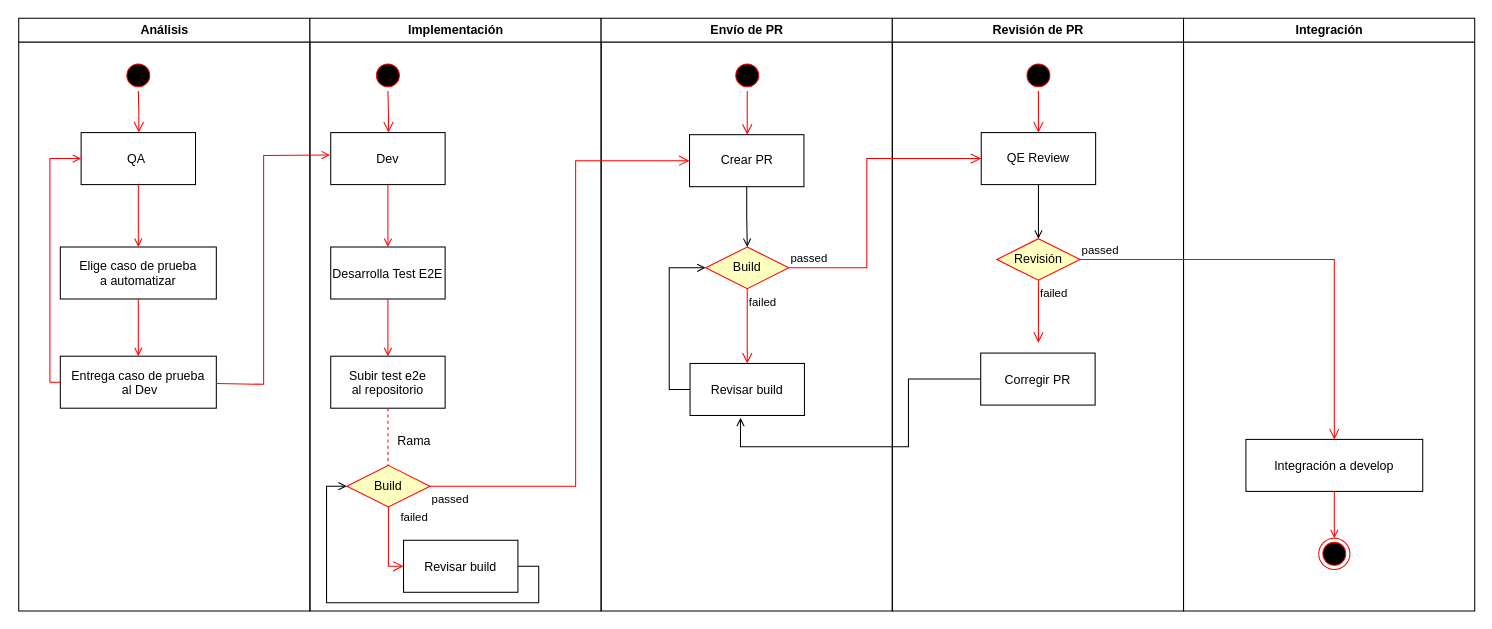
Earlier version of the draw.io diagram Diagrama sin título.drawio (omar-sanchez/curso-git). Source tidied: cells renumbered, new cells numbered last; positions are measured from the earlier drawing's top-left corner, leaving out a move shared by most shapes. Both pictures are drawn from the tidied source at 104%, with x=0, y=0 at pixel (18, 18).
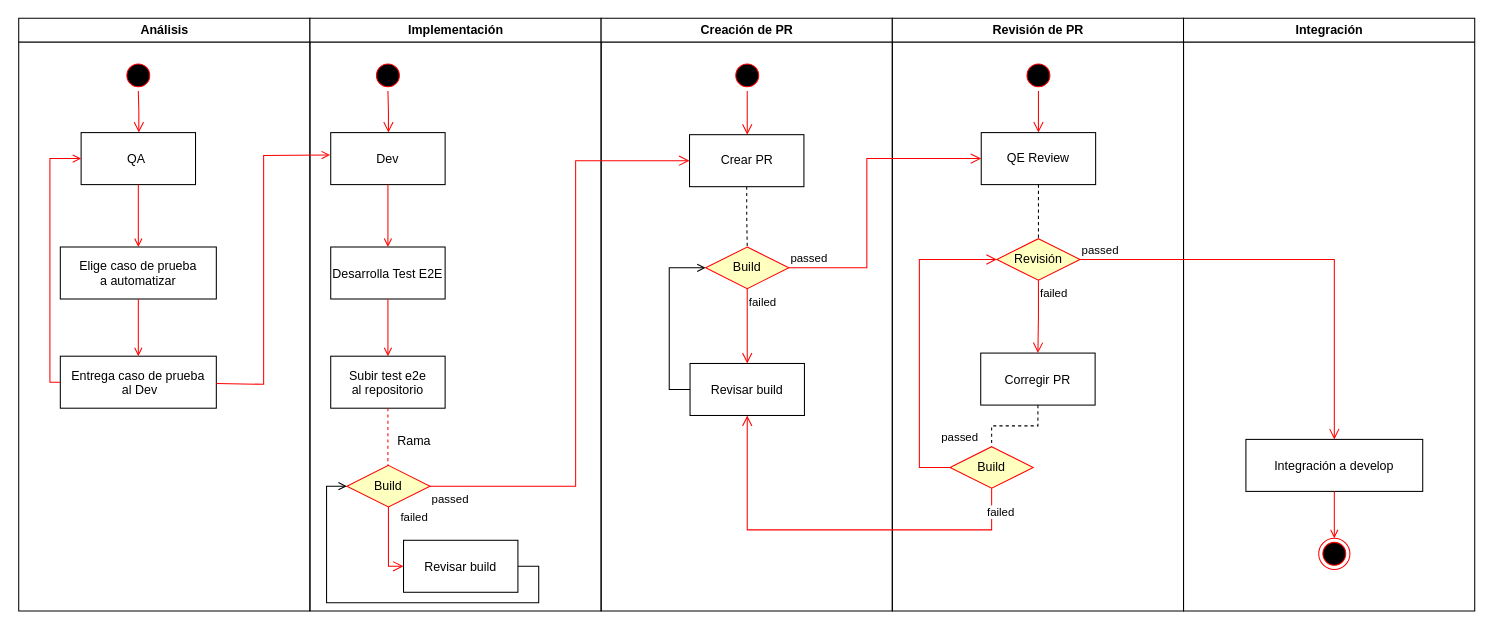
Above is the later version.

Unchanged cells that the change refers to:
```xml
<mxCell id="27" value="Revisar build" parent="25" vertex="1">
  <mxGeometry x="85.5" y="332" width="110" height="50" as="geometry" />
</mxCell>
<mxCell id="29" value="Crear PR" style="html=1;whiteSpace=wrap;" parent="25" vertex="1">
  <mxGeometry x="85" y="112" width="110" height="50" as="geometry" />
</mxCell>
<mxCell id="32" value="Build" style="rhombus;whiteSpace=wrap;html=1;fontColor=#000000;fillColor=#ffffc0;strokeColor=#ff0000;" parent="25" vertex="1">
  <mxGeometry x="100.5" y="220" width="80" height="40" as="geometry" />
</mxCell>
<mxCell id="35" value="Revisión de PR" style="swimlane;whiteSpace=wrap;" parent="1" vertex="1">
  <mxGeometry x="840.5" width="280" height="570" as="geometry" />
</mxCell>
<mxCell id="36" value="Corregir PR" parent="35" vertex="1">
  <mxGeometry x="85" y="322" width="110" height="50" as="geometry" />
</mxCell>
<mxCell id="40" value="QE Review" style="html=1;whiteSpace=wrap;" parent="35" vertex="1">
  <mxGeometry x="85.5" y="110" width="110" height="50" as="geometry" />
</mxCell>
<mxCell id="41" value="Revisión" style="rhombus;whiteSpace=wrap;html=1;fontColor=#000000;fillColor=#ffffc0;strokeColor=#ff0000;" parent="35" vertex="1">
  <mxGeometry x="100.5" y="212" width="80" height="40" as="geometry" />
</mxCell>
```

The edit, as a diff of the source:
```diff
@@
-    <mxCell id="25" value="Envío de PR" style="swimlane;whiteSpace=wrap;" parent="1" vertex="1">
+    <mxCell id="25" value="Creación de PR" style="swimlane;whiteSpace=wrap;" parent="1" vertex="1">
       <mxGeometry x="560.5" width="280" height="570" as="geometry" />
     </mxCell>
@@
-    <mxCell id="28" style="edgeStyle=orthogonalEdgeStyle;rounded=0;jettySize=auto;html=1;exitX=0.5;exitY=1;exitDx=0;exitDy=0;entryX=0.5;entryY=0;entryDx=0;entryDy=0;endArrow=open;endFill=0;strokeColor=light-dark(#000000,#FF9090);" parent="25" edge="1" source="29" target="32">
+    <mxCell id="28" style="edgeStyle=orthogonalEdgeStyle;rounded=0;jettySize=auto;html=1;exitX=0.5;exitY=1;exitDx=0;exitDy=0;entryX=0.5;entryY=0;entryDx=0;entryDy=0;endArrow=none;endFill=0;strokeColor=light-dark(#000000,#FF9090);dashed=1;startFill=0;" parent="25" edge="1" source="29" target="32">
       <mxGeometry relative="1" as="geometry" />
     </mxCell>
@@
+    <mxCell id="51" style="edgeStyle=orthogonalEdgeStyle;rounded=0;jettySize=auto;html=1;exitX=0.5;exitY=1;exitDx=0;exitDy=0;entryX=0.5;entryY=0;entryDx=0;entryDy=0;dashed=1;endArrow=none;startFill=0;strokeColor=light-dark(#000000,#FF9090);" parent="35" edge="1" source="36" target="52">
+      <mxGeometry relative="1" as="geometry" />
+    </mxCell>
@@
-    <mxCell id="39" style="edgeStyle=orthogonalEdgeStyle;rounded=0;jettySize=auto;html=1;exitX=0.5;exitY=1;exitDx=0;exitDy=0;entryX=0.5;entryY=0;entryDx=0;entryDy=0;strokeColor=light-dark(#000000,#FF9090);endArrow=open;endFill=0;" parent="35" edge="1" source="40" target="41">
+    <mxCell id="39" style="edgeStyle=orthogonalEdgeStyle;rounded=0;jettySize=auto;html=1;exitX=0.5;exitY=1;exitDx=0;exitDy=0;entryX=0.5;entryY=0;entryDx=0;entryDy=0;strokeColor=light-dark(#000000,#FF9090);endArrow=none;endFill=0;dashed=1;startFill=0;" parent="35" edge="1" source="40" target="41">
       <mxGeometry relative="1" as="geometry" />
     </mxCell>
@@
-    <mxCell id="42" value="failed" style="edgeStyle=orthogonalEdgeStyle;html=1;align=left;verticalAlign=top;endArrow=open;endSize=8;strokeColor=#ff0000;rounded=0;" parent="35" edge="1" source="41">
-      <mxGeometry x="-1" relative="1" as="geometry">
-        <mxPoint x="140.5" y="312" as="targetPoint" />
-      </mxGeometry>
+    <mxCell id="42" value="failed" style="edgeStyle=orthogonalEdgeStyle;html=1;align=left;verticalAlign=top;endArrow=open;endSize=8;strokeColor=#ff0000;rounded=0;entryX=0.5;entryY=0;entryDx=0;entryDy=0;" parent="35" edge="1" source="41" target="36">
+      <mxGeometry x="-1" relative="1" as="geometry" />
     </mxCell>
+    <mxCell id="52" value="Build" style="rhombus;whiteSpace=wrap;html=1;fontColor=#000000;fillColor=#ffffc0;strokeColor=#ff0000;" parent="35" vertex="1">
+      <mxGeometry x="55.5" y="412" width="80" height="40" as="geometry" />
+    </mxCell>
+    <mxCell id="53" value="passed" style="edgeStyle=orthogonalEdgeStyle;html=1;align=left;verticalAlign=bottom;endArrow=open;endSize=8;strokeColor=#FF0000;rounded=0;entryX=0;entryY=0.5;entryDx=0;entryDy=0;" parent="35" edge="1" source="52" target="41">
+      <mxGeometry x="-0.67" y="-19" relative="1" as="geometry">
+        <Array as="points">
+          <mxPoint x="26" y="432" />
+          <mxPoint x="26" y="232" />
+        </Array>
+      </mxGeometry>
+    </mxCell>
@@
-    <mxCell id="49" style="edgeStyle=orthogonalEdgeStyle;rounded=0;jettySize=auto;html=1;exitX=0;exitY=0.5;exitDx=0;exitDy=0;entryX=0.441;entryY=1.046;entryDx=0;entryDy=0;strokeColor=light-dark(#000000,#FF9090);endArrow=open;endFill=0;entryPerimeter=0;" parent="1" edge="1" source="36" target="27">
-      <mxGeometry relative="1" as="geometry">
-        <Array as="points">
-          <mxPoint x="856" y="347" />
-          <mxPoint x="856" y="412" />
-          <mxPoint x="695" y="412" />
-        </Array>
-      </mxGeometry>
-    </mxCell>
@@
+    <mxCell id="54" value="failed" style="edgeStyle=orthogonalEdgeStyle;html=1;align=left;verticalAlign=top;endArrow=open;endSize=8;strokeColor=#ff0000;rounded=0;entryX=0.5;entryY=1;entryDx=0;entryDy=0;" parent="1" edge="1" source="52" target="27">
+      <mxGeometry x="-0.76" y="-30" relative="1" as="geometry">
+        <Array as="points">
+          <mxPoint x="936" y="492" />
+          <mxPoint x="701" y="492" />
+        </Array>
+      </mxGeometry>
+    </mxCell>
```
